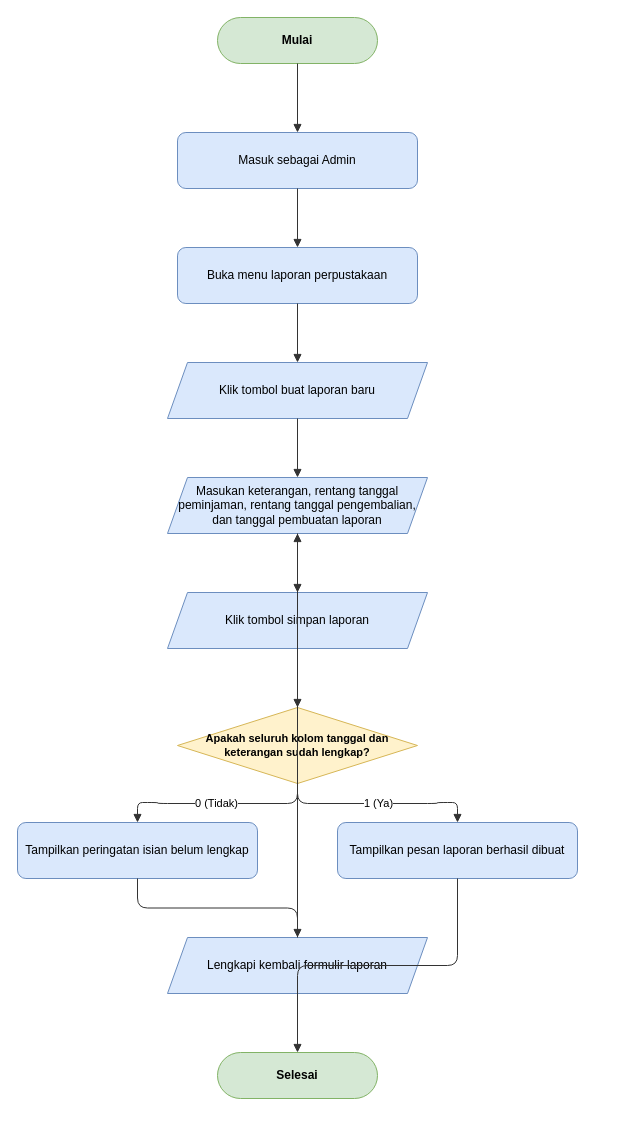
Earlier version of the draw.io diagram page "flowchart-createlaporan" (6 of 25) of docs/diagrams/flowchart.drawio (dimstyle/ruang-baca). Source tidied: cells renumbered, new cells numbered last; positions are measured from the earlier drawing's top-left corner, leaving out a move shared by most shapes. Both pictures are drawn from the tidied source at 100%, with x=0, y=0 at pixel (17, 17).
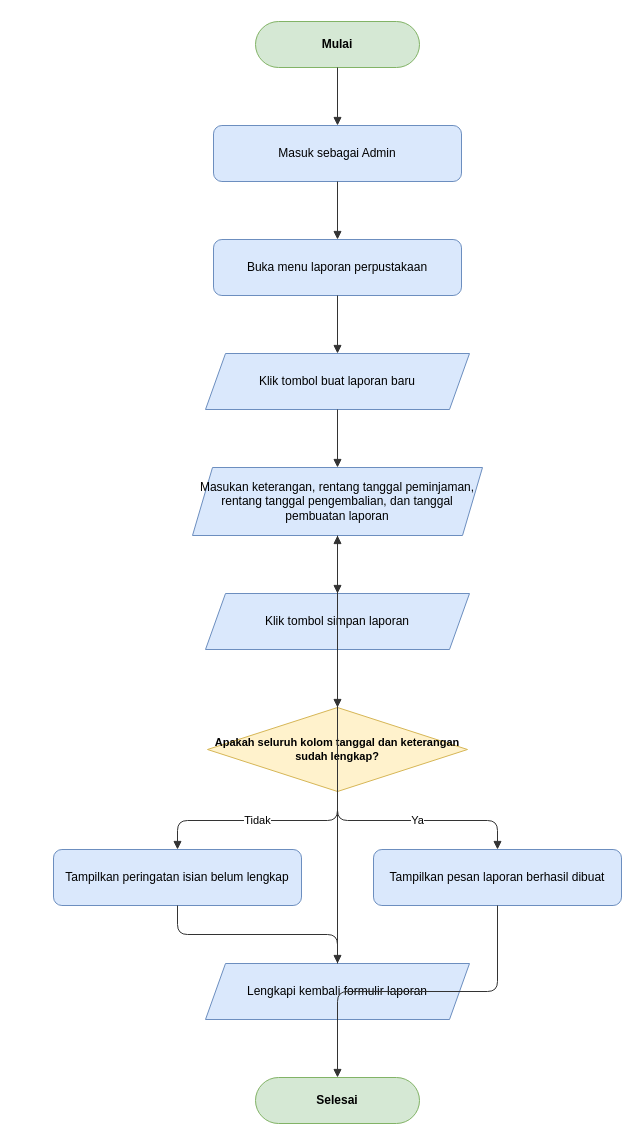
The same page after the edit.

The edit, as a diff of the source:
```diff
@@
     <mxCell id="2" value="Mulai" style="rounded=1;whiteSpace=wrap;html=1;arcSize=50;fillColor=#d5e8d4;strokeColor=#82b366;fontStyle=1;fontSize=12;" parent="1" vertex="1">
-      <mxGeometry x="200" width="160" height="46" as="geometry" />
+      <mxGeometry x="238" y="4" width="164" height="46" as="geometry" />
     </mxCell>
     <mxCell id="3" value="Masuk sebagai Admin" style="rounded=1;whiteSpace=wrap;html=1;fillColor=#dae8fc;strokeColor=#6c8ebf;fontSize=12;" parent="1" vertex="1">
-      <mxGeometry x="160" y="115" width="240" height="56" as="geometry" />
+      <mxGeometry x="196" y="108" width="248" height="56" as="geometry" />
     </mxCell>
     <mxCell id="4" value="Buka menu laporan perpustakaan" style="rounded=1;whiteSpace=wrap;html=1;fillColor=#dae8fc;strokeColor=#6c8ebf;fontSize=12;" parent="1" vertex="1">
-      <mxGeometry x="160" y="230" width="240" height="56" as="geometry" />
+      <mxGeometry x="196" y="222" width="248" height="56" as="geometry" />
     </mxCell>
     <mxCell id="5" value="Klik tombol buat laporan baru" style="shape=parallelogram;perimeter=parallelogramPerimeter;whiteSpace=wrap;html=1;fixedSize=1;fillColor=#dae8fc;strokeColor=#6c8ebf;fontSize=12;" parent="1" vertex="1">
-      <mxGeometry x="150" y="345" width="260" height="56" as="geometry" />
+      <mxGeometry x="188" y="336" width="264" height="56" as="geometry" />
     </mxCell>
     <mxCell id="6" value="Masukan keterangan, rentang tanggal peminjaman, rentang tanggal pengembalian, dan tanggal pembuatan laporan" style="shape=parallelogram;perimeter=parallelogramPerimeter;whiteSpace=wrap;html=1;fixedSize=1;fillColor=#dae8fc;strokeColor=#6c8ebf;fontSize=12;" parent="1" vertex="1">
-      <mxGeometry x="150" y="460" width="260" height="56" as="geometry" />
+      <mxGeometry x="175" y="450" width="290" height="68" as="geometry" />
     </mxCell>
     <mxCell id="7" value="Klik tombol simpan laporan" style="shape=parallelogram;perimeter=parallelogramPerimeter;whiteSpace=wrap;html=1;fixedSize=1;fillColor=#dae8fc;strokeColor=#6c8ebf;fontSize=12;" parent="1" vertex="1">
-      <mxGeometry x="150" y="575" width="260" height="56" as="geometry" />
+      <mxGeometry x="188" y="576" width="264" height="56" as="geometry" />
     </mxCell>
     <mxCell id="8" value="Apakah seluruh kolom tanggal dan keterangan sudah lengkap?" style="rhombus;whiteSpace=wrap;html=1;fillColor=#fff2cc;strokeColor=#d6b656;fontStyle=1;fontSize=11;" parent="1" vertex="1">
-      <mxGeometry x="160" y="690" width="240" height="76" as="geometry" />
+      <mxGeometry x="190" y="690" width="260" height="84" as="geometry" />
     </mxCell>
     <mxCell id="9" value="Tampilkan peringatan isian belum lengkap" style="rounded=1;whiteSpace=wrap;html=1;fillColor=#dae8fc;strokeColor=#6c8ebf;fontSize=12;" parent="1" vertex="1">
-      <mxGeometry y="805" width="240" height="56" as="geometry" />
+      <mxGeometry x="36" y="832" width="248" height="56" as="geometry" />
     </mxCell>
     <mxCell id="10" value="Tampilkan pesan laporan berhasil dibuat" style="rounded=1;whiteSpace=wrap;html=1;fillColor=#dae8fc;strokeColor=#6c8ebf;fontSize=12;" parent="1" vertex="1">
-      <mxGeometry x="320" y="805" width="240" height="56" as="geometry" />
+      <mxGeometry x="356" y="832" width="248" height="56" as="geometry" />
     </mxCell>
     <mxCell id="11" value="Lengkapi kembali formulir laporan" style="shape=parallelogram;perimeter=parallelogramPerimeter;whiteSpace=wrap;html=1;fixedSize=1;fillColor=#dae8fc;strokeColor=#6c8ebf;fontSize=12;" parent="1" vertex="1">
-      <mxGeometry x="150" y="920" width="260" height="56" as="geometry" />
+      <mxGeometry x="188" y="946" width="264" height="56" as="geometry" />
     </mxCell>
     <mxCell id="12" value="Selesai" style="rounded=1;whiteSpace=wrap;html=1;arcSize=50;fillColor=#d5e8d4;strokeColor=#82b366;fontStyle=1;fontSize=12;" parent="1" vertex="1">
-      <mxGeometry x="200" y="1035" width="160" height="46" as="geometry" />
+      <mxGeometry x="238" y="1060" width="164" height="46" as="geometry" />
     </mxCell>
@@
-    <mxCell id="19" value="0 (Tidak)" style="edgeStyle=orthogonalEdgeStyle;rounded=1;jettySize=auto;html=1;endArrow=block;endFill=1;strokeColor=#333333;fontSize=11;labelBackgroundColor=#ffffff;" parent="1" edge="1" source="8" target="9">
+    <mxCell id="19" value="Tidak" style="edgeStyle=orthogonalEdgeStyle;rounded=1;jettySize=auto;html=1;endArrow=block;endFill=1;strokeColor=#333333;fontSize=11;labelBackgroundColor=#ffffff;" parent="1" edge="1" source="8" target="9">
       <mxGeometry relative="1" as="geometry" />
     </mxCell>
@@
-    <mxCell id="22" value="1 (Ya)" style="edgeStyle=orthogonalEdgeStyle;rounded=1;jettySize=auto;html=1;endArrow=block;endFill=1;strokeColor=#333333;fontSize=11;labelBackgroundColor=#ffffff;" parent="1" edge="1" source="8" target="10">
+    <mxCell id="22" value="Ya" style="edgeStyle=orthogonalEdgeStyle;rounded=1;jettySize=auto;html=1;endArrow=block;endFill=1;strokeColor=#333333;fontSize=11;labelBackgroundColor=#ffffff;" parent="1" edge="1" source="8" target="10">
       <mxGeometry relative="1" as="geometry" />
     </mxCell>
```
